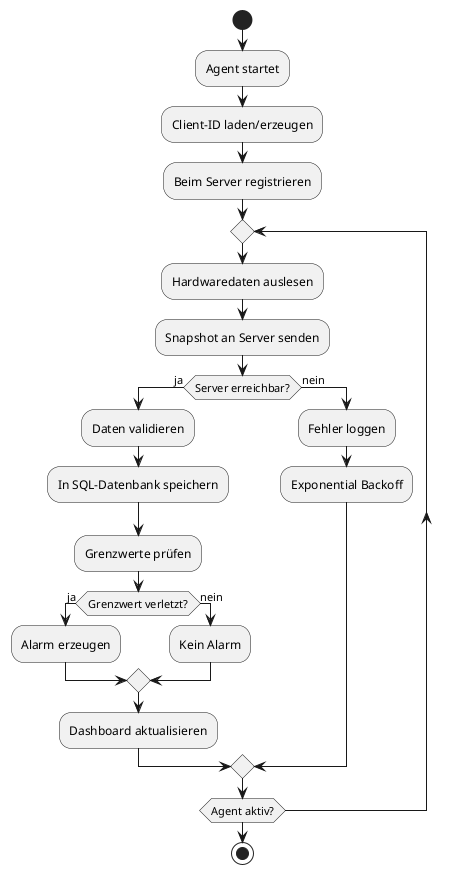
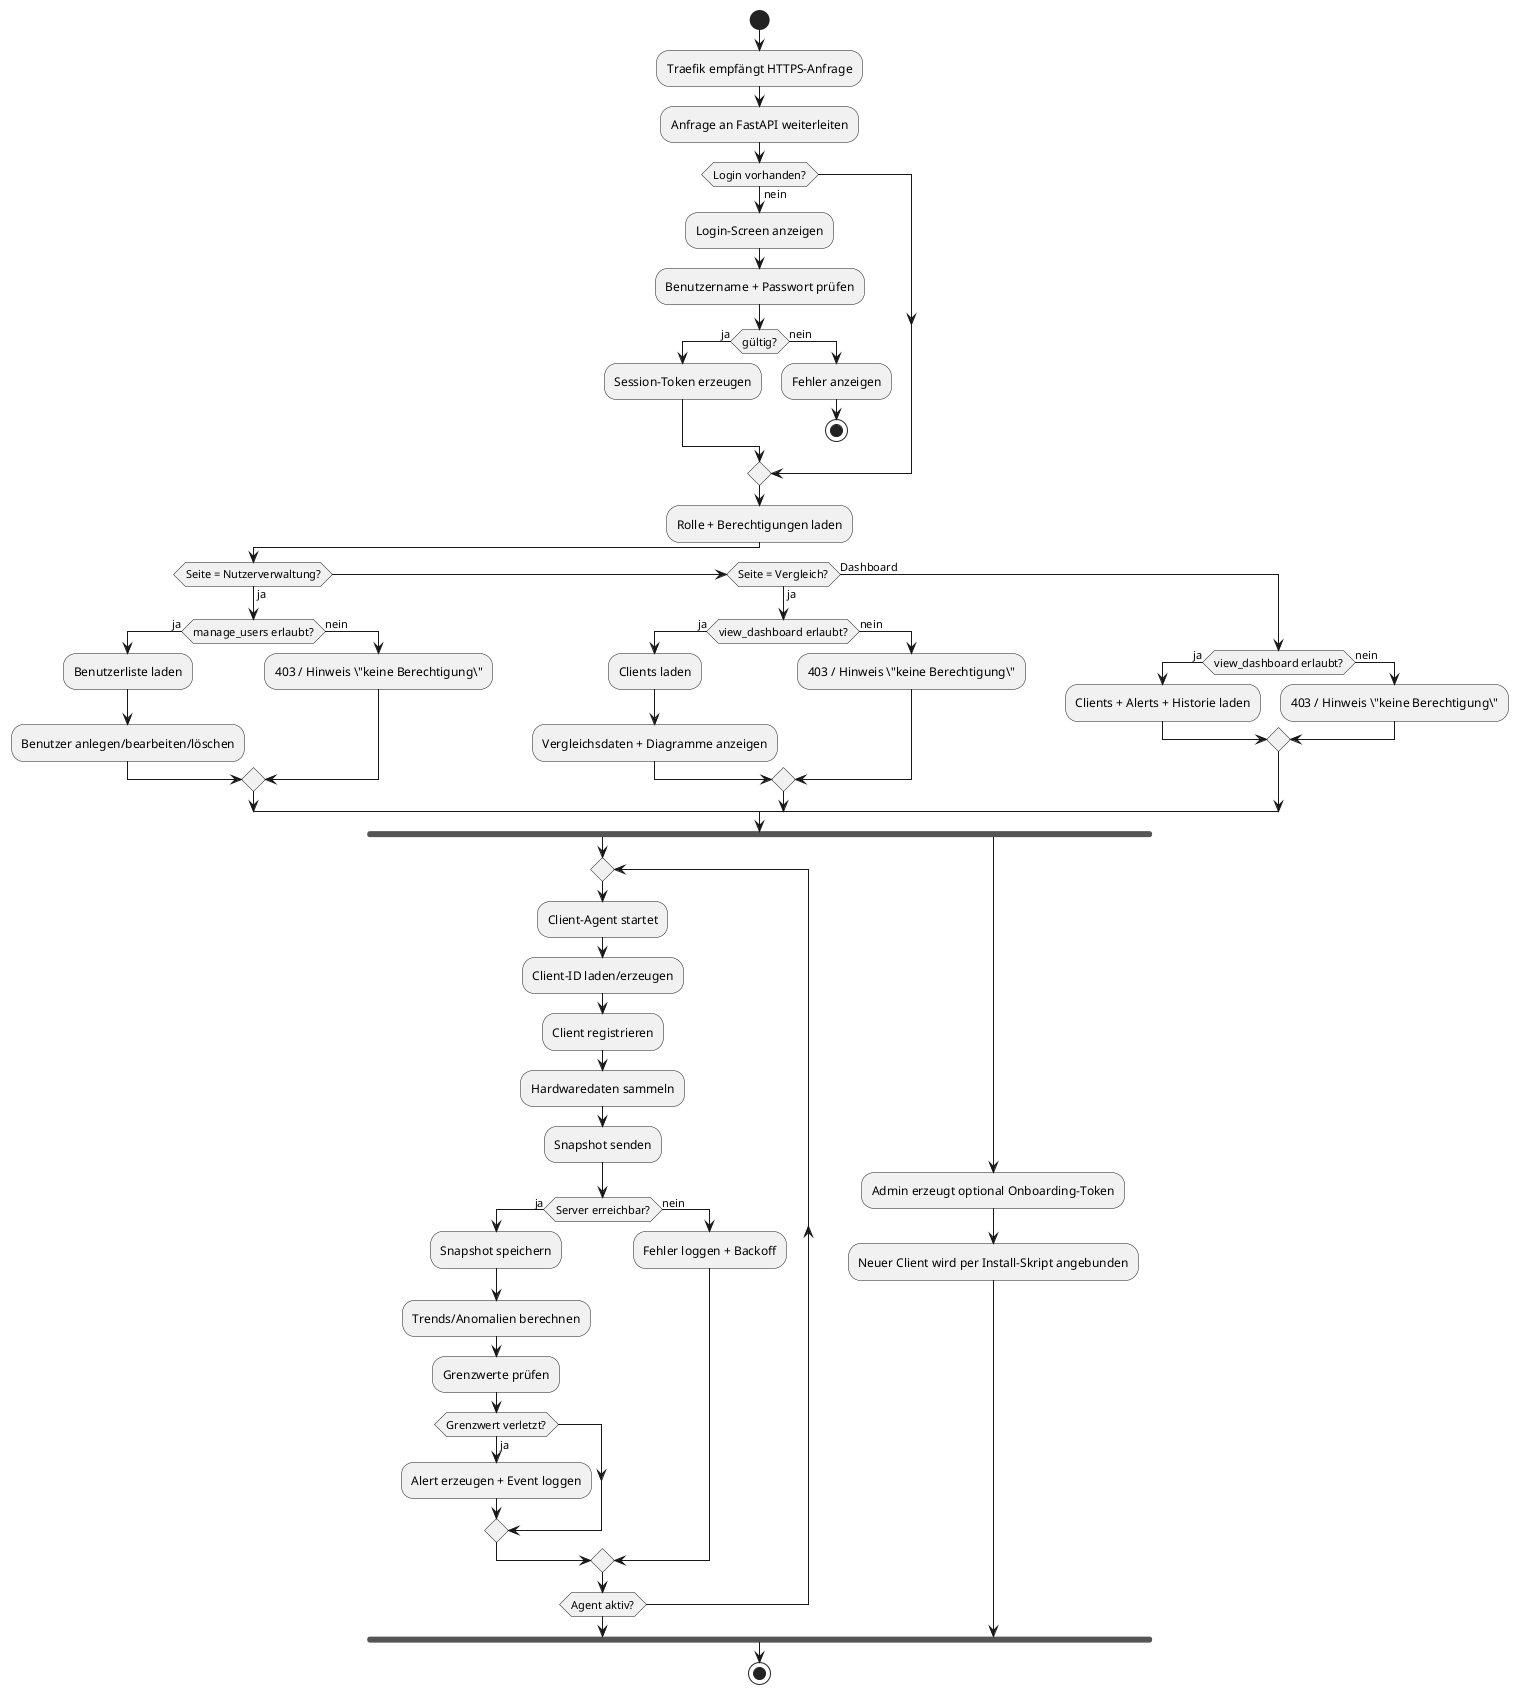
@startuml
start
- :Agent startet;
- :Client-ID laden/erzeugen;
- :Beim Server registrieren;
+ :Traefik empfängt HTTPS-Anfrage;
+ :Anfrage an FastAPI weiterleiten;

- repeat
-   :Hardwaredaten auslesen;
-   :Snapshot an Server senden;
+ if (Login vorhanden?) then (nein)
+   :Login-Screen anzeigen;
+   :Benutzername + Passwort prüfen;
+   if (gültig?) then (ja)
+     :Session-Token erzeugen;
+   else (nein)
+     :Fehler anzeigen;
+     stop
+   endif
+ endif

-   if (Server erreichbar?) then (ja)
-     :Daten validieren;
-     :In SQL-Datenbank speichern;
-     :Grenzwerte prüfen;
-     if (Grenzwert verletzt?) then (ja)
-       :Alarm erzeugen;
+ :Rolle + Berechtigungen laden;
+ 
+ if (Seite = Nutzerverwaltung?) then (ja)
+   if (manage_users erlaubt?) then (ja)
+     :Benutzerliste laden;
+     :Benutzer anlegen/bearbeiten/löschen;
+   else (nein)
+     :403 / Hinweis \"keine Berechtigung\";
+   endif
+ elseif (Seite = Vergleich?) then (ja)
+   if (view_dashboard erlaubt?) then (ja)
+     :Clients laden;
+     :Vergleichsdaten + Diagramme anzeigen;
+   else (nein)
+     :403 / Hinweis \"keine Berechtigung\";
+   endif
+ else (Dashboard)
+   if (view_dashboard erlaubt?) then (ja)
+     :Clients + Alerts + Historie laden;
+   else (nein)
+     :403 / Hinweis \"keine Berechtigung\";
+   endif
+ endif
+ 
+ fork
+   repeat
+     :Client-Agent startet;
+     :Client-ID laden/erzeugen;
+     :Client registrieren;
+     :Hardwaredaten sammeln;
+     :Snapshot senden;
+     if (Server erreichbar?) then (ja)
+       :Snapshot speichern;
+       :Trends/Anomalien berechnen;
+       :Grenzwerte prüfen;
+       if (Grenzwert verletzt?) then (ja)
+         :Alert erzeugen + Event loggen;
+       endif
    else (nein)
-       :Kein Alarm;
+       :Fehler loggen + Backoff;
    endif
-     :Dashboard aktualisieren;
-   else (nein)
-     :Fehler loggen;
-     :Exponential Backoff;
-   endif
+   repeat while (Agent aktiv?)
+ fork again
+   :Admin erzeugt optional Onboarding-Token;
+   :Neuer Client wird per Install-Skript angebunden;
+ end fork

- repeat while (Agent aktiv?)
stop
@enduml
